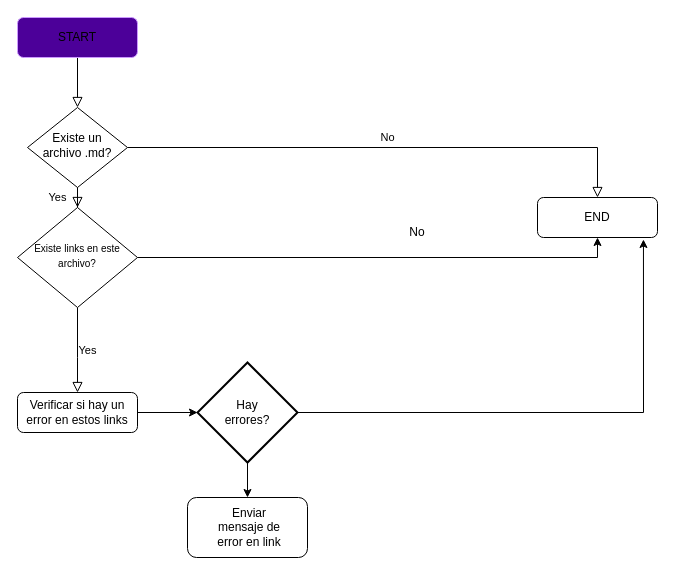
Earlier version of the draw.io diagram Diagrama sin título.drawio (jhosefin/MD-LINKS). Source tidied: cells renumbered, new cells numbered last; positions are measured from the earlier drawing's top-left corner, leaving out a move shared by most shapes. Both pictures are drawn from the tidied source at 100%, with x=0, y=0 at pixel (17, 17).
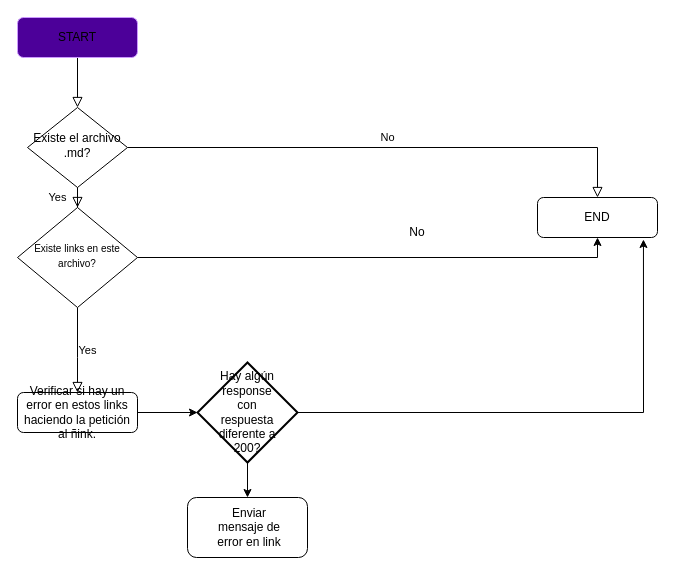
Above is the later version.

The edit, as a diff of the source:
```diff
@@
-    <mxCell id="6" value="Existe un archivo .md?" style="rhombus;whiteSpace=wrap;html=1;shadow=0;fontFamily=Helvetica;fontSize=12;align=center;strokeWidth=1;spacing=6;spacingTop=-4;" parent="1" vertex="1">
+    <mxCell id="6" value="Existe el archivo .md?" style="rhombus;whiteSpace=wrap;html=1;shadow=0;fontFamily=Helvetica;fontSize=12;align=center;strokeWidth=1;spacing=6;spacingTop=-4;" parent="1" vertex="1">
       <mxGeometry x="10" y="90" width="100" height="80" as="geometry" />
     </mxCell>
@@
-    <mxCell id="11" value="Verificar si hay un error en estos links" style="rounded=1;whiteSpace=wrap;html=1;fontSize=12;glass=0;strokeWidth=1;shadow=0;" parent="1" vertex="1">
+    <mxCell id="11" value="Verificar si hay un error en estos links haciendo la petición al ñink." style="rounded=1;whiteSpace=wrap;html=1;fontSize=12;glass=0;strokeWidth=1;shadow=0;" parent="1" vertex="1">
       <mxGeometry y="375" width="120" height="40" as="geometry" />
     </mxCell>
@@
-    <mxCell id="17" value="Hay errores?" style="text;strokeColor=none;align=center;fillColor=none;html=1;verticalAlign=middle;whiteSpace=wrap;rounded=0;" parent="1" vertex="1">
+    <mxCell id="17" value="Hay algún response con respuesta diferente a 200?" style="text;strokeColor=none;align=center;fillColor=none;html=1;verticalAlign=middle;whiteSpace=wrap;rounded=0;" parent="1" vertex="1">
       <mxGeometry x="200" y="380" width="60" height="30" as="geometry" />
     </mxCell>
```
